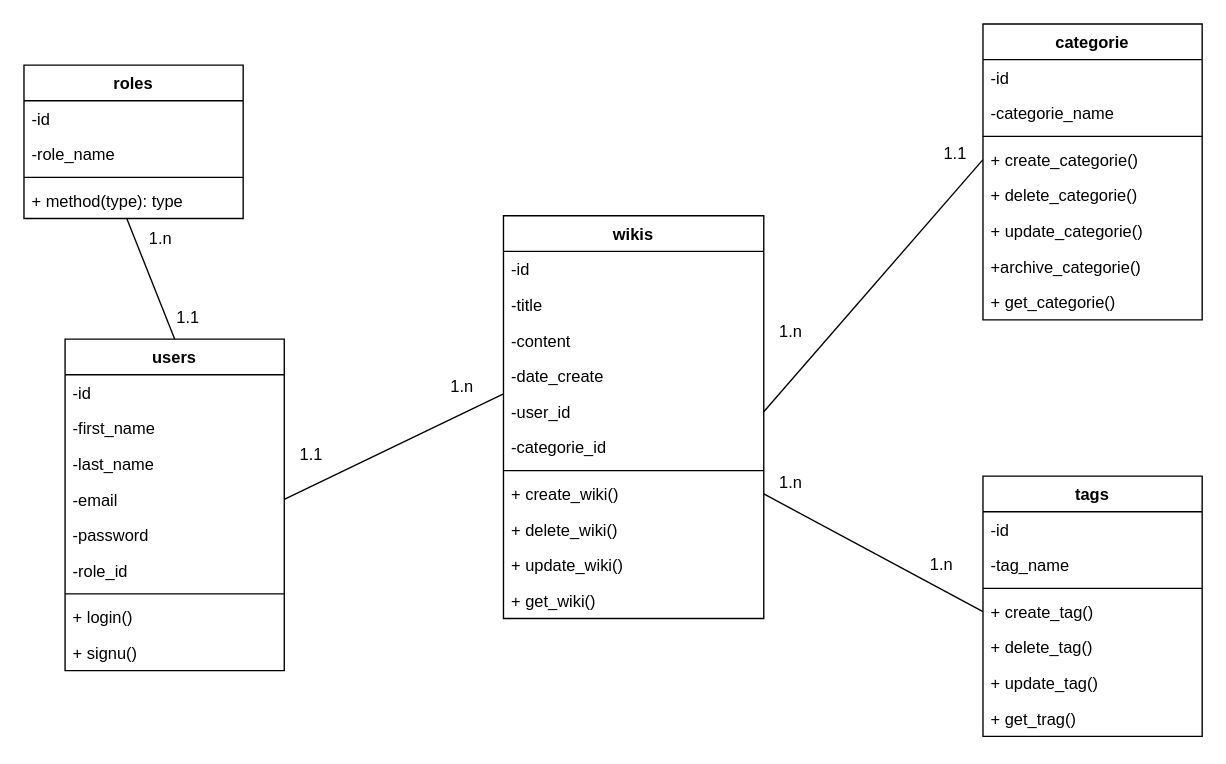
This is class-diagram.drawio from Mohamed072005/Wiki, a draw.io file, before an edit. Source tidied: cells renumbered, new cells numbered last; positions are measured from the earlier drawing's top-left corner, leaving out a move shared by most shapes. Both pictures are drawn from the tidied source at 137%, with x=0, y=0 at pixel (23, 23).
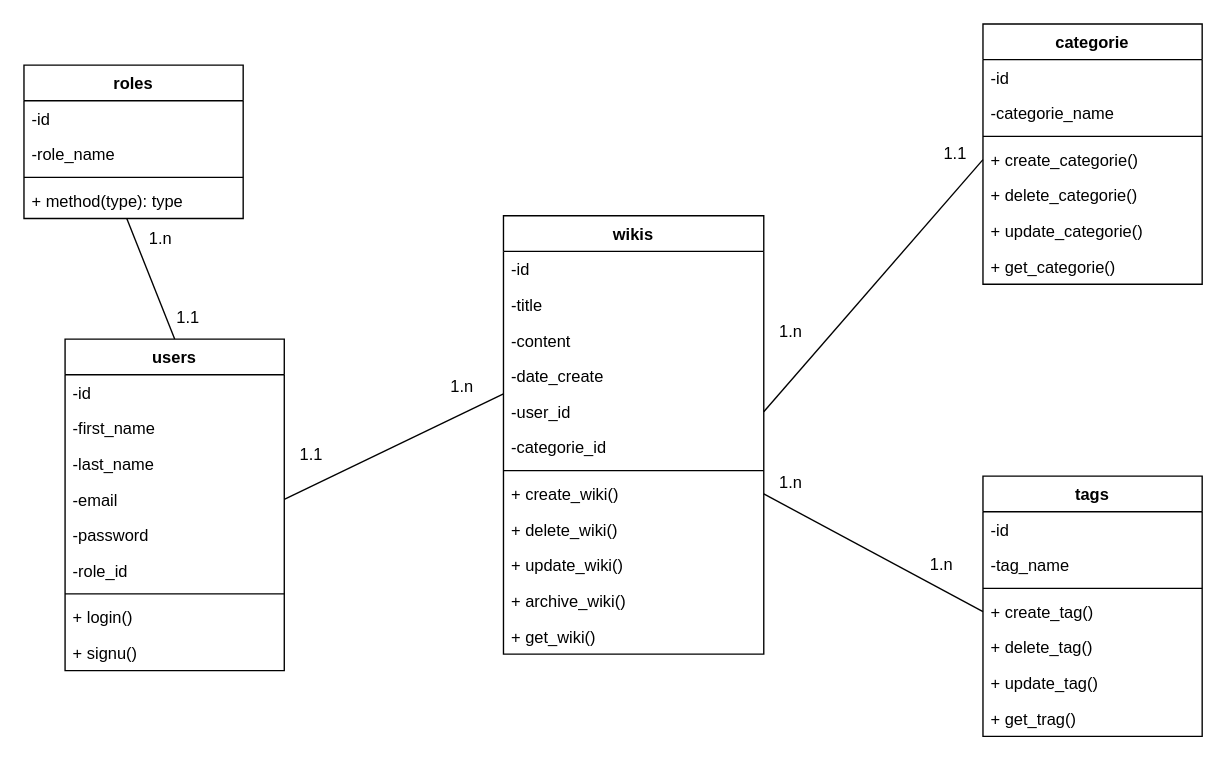
After the change.

Commit message (it also covers changes not shown here):
add the wiki update task

Change to the diagram source:
```diff
@@
     <mxCell id="2" value="wikis" style="swimlane;fontStyle=1;align=center;verticalAlign=top;horizontal=1;startSize=26;" parent="1" vertex="1">
-      <mxGeometry x="350" y="140" width="190" height="294" as="geometry" />
+      <mxGeometry x="350" y="140" width="190" height="320" as="geometry" />
     </mxCell>
@@
+    <mxCell id="58" value="+ archive_wiki()" style="text;strokeColor=none;fillColor=none;align=left;verticalAlign=top;spacingLeft=4;spacingRight=4;overflow=hidden;" parent="2" vertex="1">
+      <mxGeometry y="268" width="190" height="26" as="geometry" />
+    </mxCell>
     <mxCell id="13" value="+ get_wiki()" style="text;strokeColor=none;fillColor=none;align=left;verticalAlign=top;spacingLeft=4;spacingRight=4;overflow=hidden;" parent="2" vertex="1">
-      <mxGeometry y="268" width="190" height="26" as="geometry" />
+      <mxGeometry y="294" width="190" height="26" as="geometry" />
     </mxCell>
@@
     <mxCell id="29" value="categorie" style="swimlane;fontStyle=1;align=center;verticalAlign=top;horizontal=1;startSize=26;" parent="1" vertex="1">
-      <mxGeometry x="700" width="160" height="216" as="geometry" />
+      <mxGeometry x="700" width="160" height="190" as="geometry" />
     </mxCell>
@@
-    <mxCell id="36" value="+archive_categorie()" style="text;strokeColor=none;fillColor=none;align=left;verticalAlign=top;spacingLeft=4;spacingRight=4;overflow=hidden;" parent="29" vertex="1">
-      <mxGeometry y="164" width="160" height="26" as="geometry" />
-    </mxCell>
     <mxCell id="37" value="+ get_categorie()" style="text;strokeColor=none;fillColor=none;align=left;verticalAlign=top;spacingLeft=4;spacingRight=4;overflow=hidden;" parent="29" vertex="1">
-      <mxGeometry y="190" width="160" height="26" as="geometry" />
+      <mxGeometry y="164" width="160" height="26" as="geometry" />
     </mxCell>
```
